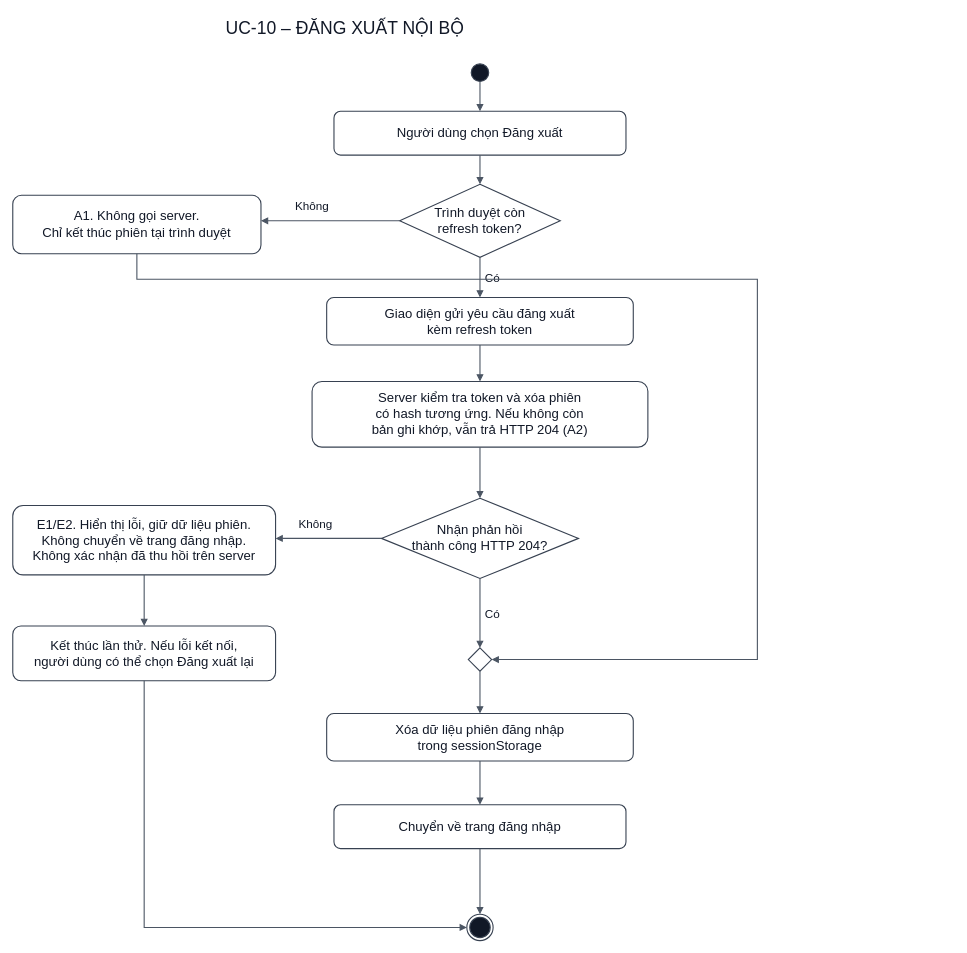
Above: docs/diagram/activity/UC-10_Activity.drawio in Kazuken123/prj_sgu26_cnpm (draw.io), before the change. Source tidied: cells renumbered, new cells numbered last; positions are measured from the earlier drawing's top-left corner, leaving out a move shared by most shapes. Both pictures are drawn from the tidied source at 73%, with x=0, y=0 at pixel (12, 12).
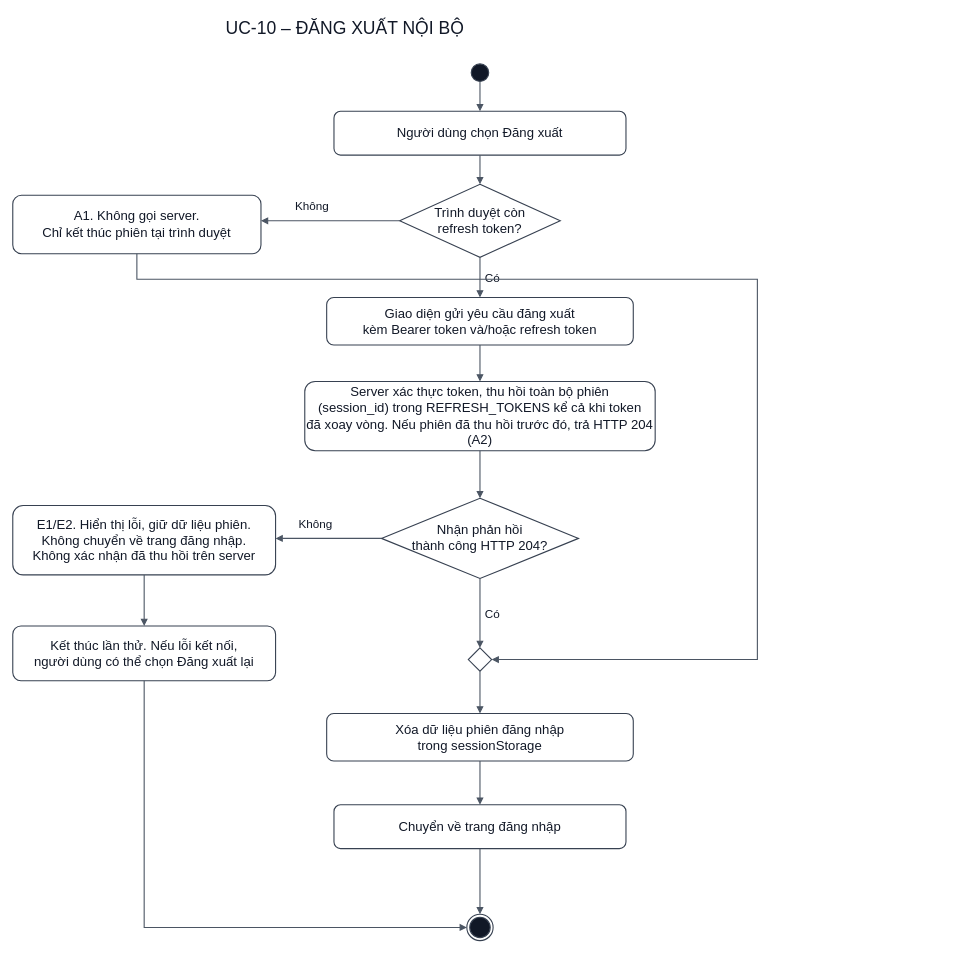
The same page after the edit.

What changed in the source:
```diff
@@
-    <mxCell id="7" value="Giao diện gửi yêu cầu đăng xuất&lt;br&gt;kèm refresh token" style="html=1;whiteSpace=wrap;fontFamily=Arial;fontSize=18;fontColor=#111827;strokeColor=#374151;fillColor=#FFFFFF;strokeWidth=1.5;rounded=1;arcSize=15;" parent="1" vertex="1">
+    <mxCell id="7" value="Giao diện gửi yêu cầu đăng xuất&lt;br&gt;kèm Bearer token và/hoặc refresh token" style="html=1;whiteSpace=wrap;fontFamily=Arial;fontSize=18;fontColor=#111827;strokeColor=#374151;fillColor=#FFFFFF;strokeWidth=1.5;rounded=1;arcSize=15;" parent="1" vertex="1">
       <mxGeometry x="430" y="390" width="420" height="65" as="geometry" />
     </mxCell>
-    <mxCell id="8" value="Server kiểm tra token và xóa phiên&lt;br&gt;có hash tương ứng. Nếu không còn&lt;br&gt;bản ghi khớp, vẫn trả HTTP 204 (A2)" style="html=1;whiteSpace=wrap;fontFamily=Arial;fontSize=18;fontColor=#111827;strokeColor=#374151;fillColor=#FFFFFF;strokeWidth=1.5;rounded=1;arcSize=15;" parent="1" vertex="1">
-      <mxGeometry x="410" y="505" width="460" height="90" as="geometry" />
+    <mxCell id="8" value="Server xác thực token, thu hồi toàn bộ phiên&lt;br&gt;(session_id) trong REFRESH_TOKENS kể cả khi token&lt;br&gt;đã xoay vòng. Nếu phiên đã thu hồi trước đó, trả HTTP 204 (A2)" style="html=1;whiteSpace=wrap;fontFamily=Arial;fontSize=18;fontColor=#111827;strokeColor=#374151;fillColor=#FFFFFF;strokeWidth=1.5;rounded=1;arcSize=15;" parent="1" vertex="1">
+      <mxGeometry x="400" y="505" width="480" height="95" as="geometry" />
     </mxCell>
```
